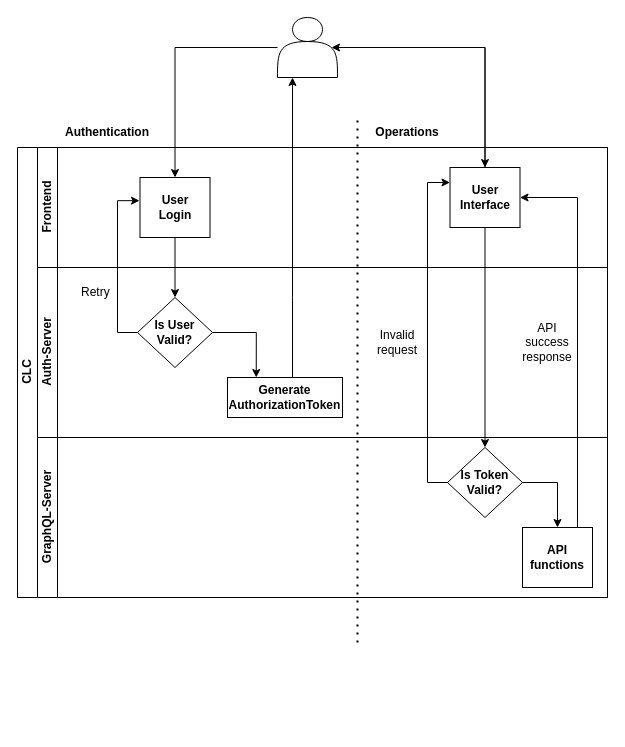
Before: flow-chart.drawio in imrajdas/drawio, a draw.io diagram. Source tidied: cells renumbered, new cells numbered last; positions are measured from the earlier drawing's top-left corner, leaving out a move shared by most shapes. Both pictures are drawn from the tidied source at 100%, with x=0, y=0 at pixel (17, 17).
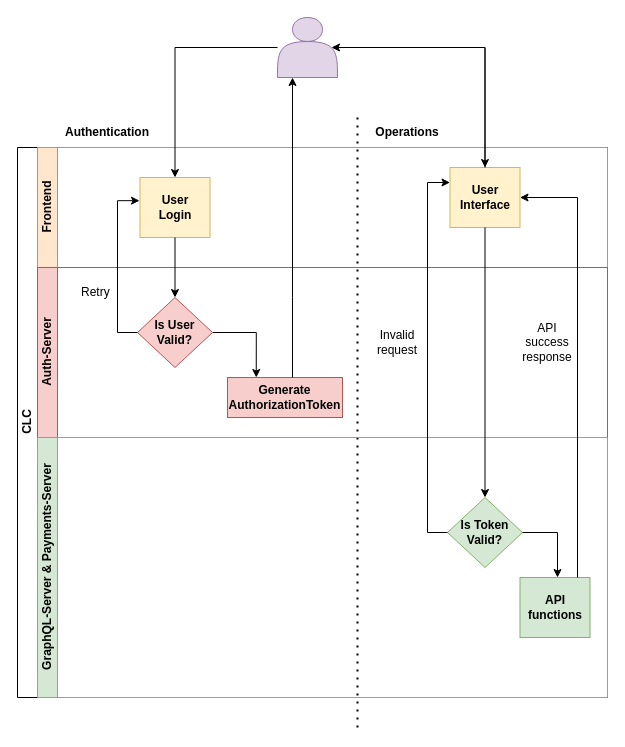
After the change.

Diff of the diagram source:
```diff
@@
     <mxCell id="2" value="CLC" style="swimlane;html=1;horizontal=0;startSize=20;" parent="1" vertex="1">
-      <mxGeometry y="130" width="590" height="450" as="geometry" />
+      <mxGeometry y="130" width="590" height="550" as="geometry" />
     </mxCell>
@@
-    <mxCell id="4" value="Frontend&lt;br&gt;" style="swimlane;html=1;startSize=20;horizontal=0;" parent="2" vertex="1">
+    <mxCell id="4" value="Frontend&lt;br&gt;" style="swimlane;html=1;startSize=20;horizontal=0;fillColor=#ffe6cc;strokeColor=#d79b00;" parent="2" vertex="1">
       <mxGeometry x="20" width="570" height="120" as="geometry" />
     </mxCell>
@@
-    <mxCell id="6" style="rounded=0;whiteSpace=wrap;html=1;" parent="4" vertex="1">
+    <mxCell id="6" style="rounded=0;whiteSpace=wrap;html=1;fillColor=#fff2cc;strokeColor=#d6b656;" parent="4" vertex="1">
       <mxGeometry x="102.5" y="30" width="70" height="60" as="geometry" />
     </mxCell>
-    <mxCell id="7" style="rounded=0;whiteSpace=wrap;html=1;" parent="4" vertex="1">
+    <mxCell id="7" style="rounded=0;whiteSpace=wrap;html=1;fillColor=#fff2cc;strokeColor=#d6b656;" parent="4" vertex="1">
       <mxGeometry x="412.5" y="20" width="70" height="60" as="geometry" />
     </mxCell>
     <mxCell id="8" style="endArrow=none;dashed=1;html=1;dashPattern=1 3;strokeWidth=2;rounded=0;" parent="4" edge="1">
       <mxGeometry relative="1" as="geometry">
-        <mxPoint x="320" y="495" as="sourcePoint" />
+        <mxPoint x="320" y="580" as="sourcePoint" />
         <mxPoint x="320" y="-30" as="targetPoint" />
       </mxGeometry>
     </mxCell>
@@
-    <mxCell id="11" value="Auth-Server" style="swimlane;html=1;startSize=20;horizontal=0;" parent="2" vertex="1">
+    <mxCell id="11" value="Auth-Server" style="swimlane;html=1;startSize=20;horizontal=0;fillColor=#f8cecc;strokeColor=#b85450;" parent="2" vertex="1">
       <mxGeometry x="20" y="120" width="570" height="170" as="geometry" />
     </mxCell>
-    <mxCell id="12" value="Generate AuthorizationToken" style="rounded=0;whiteSpace=wrap;html=1;fontStyle=1;" parent="11" vertex="1">
+    <mxCell id="12" value="Generate AuthorizationToken" style="rounded=0;whiteSpace=wrap;html=1;fontStyle=1;fillColor=#f8cecc;strokeColor=#b85450;" parent="11" vertex="1">
       <mxGeometry x="190" y="110" width="115" height="40" as="geometry" />
     </mxCell>
@@
-    <mxCell id="14" value="Is User Valid?" style="rhombus;whiteSpace=wrap;html=1;fontStyle=1;" parent="11" vertex="1">
+    <mxCell id="14" value="Is User Valid?" style="rhombus;whiteSpace=wrap;html=1;fontStyle=1;fillColor=#f8cecc;strokeColor=#b85450;" parent="11" vertex="1">
       <mxGeometry x="100" y="30" width="75" height="70" as="geometry" />
     </mxCell>
@@
-    <mxCell id="18" value="GraphQL-Server&lt;br&gt;" style="swimlane;html=1;startSize=20;horizontal=0;" parent="2" vertex="1">
-      <mxGeometry x="20" y="290" width="570" height="160" as="geometry" />
+    <mxCell id="18" value="GraphQL-Server &amp;amp; Payments-Server" style="swimlane;html=1;startSize=20;horizontal=0;fillColor=#d5e8d4;strokeColor=#82b366;" parent="2" vertex="1">
+      <mxGeometry x="20" y="290" width="570" height="260" as="geometry" />
     </mxCell>
-    <mxCell id="19" value="API functions" style="rounded=0;whiteSpace=wrap;html=1;fontStyle=1;" parent="18" vertex="1">
-      <mxGeometry x="485" y="90" width="70" height="60" as="geometry" />
+    <mxCell id="19" value="API functions" style="rounded=0;whiteSpace=wrap;html=1;fontStyle=1;fillColor=#d5e8d4;strokeColor=#82b366;" parent="18" vertex="1">
+      <mxGeometry x="482.5" y="140" width="70" height="60" as="geometry" />
     </mxCell>
-    <mxCell id="20" value="Is Token Valid?" style="rhombus;whiteSpace=wrap;html=1;fontStyle=1;" parent="18" vertex="1">
-      <mxGeometry x="410" y="10" width="75" height="70" as="geometry" />
+    <mxCell id="20" value="Is Token Valid?" style="rhombus;whiteSpace=wrap;html=1;fontStyle=1;fillColor=#d5e8d4;strokeColor=#82b366;" parent="18" vertex="1">
+      <mxGeometry x="410" y="60" width="75" height="70" as="geometry" />
     </mxCell>
     <mxCell id="21" style="edgeStyle=orthogonalEdgeStyle;rounded=0;jettySize=auto;html=1;" parent="18" edge="1" source="20" target="19">
       <mxGeometry relative="1" as="geometry">
         <Array as="points">
-          <mxPoint x="520" y="45" />
+          <mxPoint x="520" y="95" />
         </Array>
       </mxGeometry>
     </mxCell>
@@
     <mxCell id="24" style="edgeStyle=orthogonalEdgeStyle;rounded=0;jettySize=auto;html=1;entryX=0;entryY=0.25;entryDx=0;entryDy=0;" parent="2" edge="1" source="20" target="7">
       <mxGeometry relative="1" as="geometry">
         <Array as="points">
-          <mxPoint x="410" y="335" />
+          <mxPoint x="410" y="385" />
           <mxPoint x="410" y="35" />
         </Array>
       </mxGeometry>
     </mxCell>
@@
-    <mxCell id="29" style="shape=actor;whiteSpace=wrap;html=1;" parent="1" vertex="1">
+    <mxCell id="29" style="shape=actor;whiteSpace=wrap;html=1;fillColor=#e1d5e7;strokeColor=#9673a6;" parent="1" vertex="1">
       <mxGeometry x="260" width="60" height="60" as="geometry" />
     </mxCell>
```
